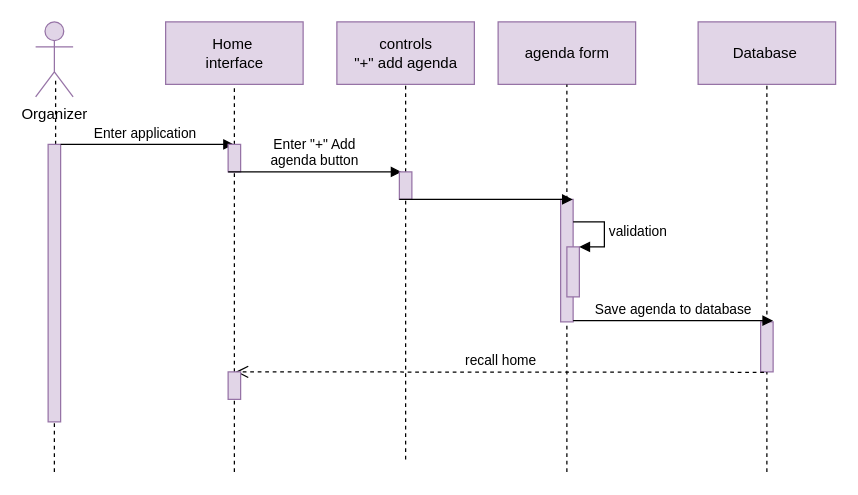
Before: create agenda seq.drawio in it-sCats/Fluke, a draw.io diagram. Source tidied: cells renumbered, new cells numbered last; positions are measured from the earlier drawing's top-left corner, leaving out a move shared by most shapes. Both pictures are drawn from the tidied source at 125%, with x=0, y=0 at pixel (35, 21).
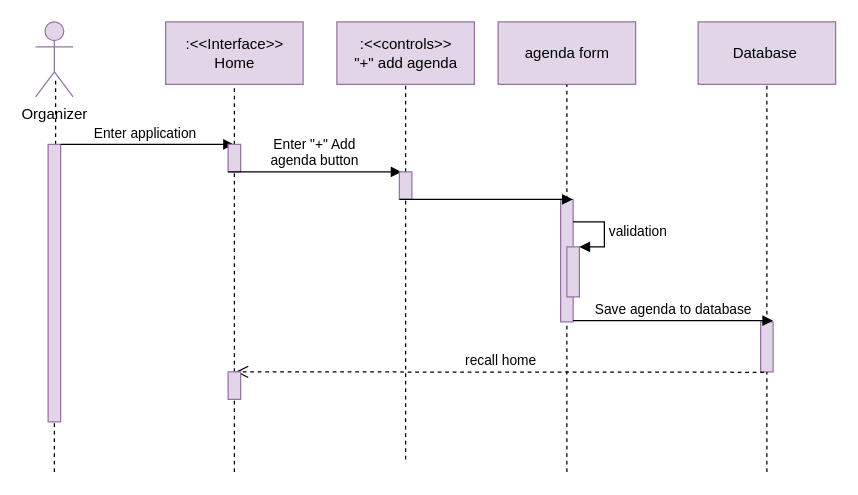
The same diagram, later.

Change to the diagram source:
```diff
@@
-    <mxCell id="3" value="Home&amp;nbsp;&lt;br&gt;interface" style="html=1;fillColor=#e1d5e7;strokeColor=#9673a6;" parent="1" vertex="1">
+    <mxCell id="3" value=":&amp;lt;&amp;lt;Interface&amp;gt;&amp;gt;&lt;br&gt;Home" style="html=1;fillColor=#e1d5e7;strokeColor=#9673a6;" parent="1" vertex="1">
       <mxGeometry x="104" width="110" height="50" as="geometry" />
     </mxCell>
-    <mxCell id="4" value="controls&lt;br&gt;&quot;+&quot; add agenda" style="html=1;fillColor=#e1d5e7;strokeColor=#9673a6;" parent="1" vertex="1">
+    <mxCell id="4" value=":&amp;lt;&amp;lt;controls&amp;gt;&amp;gt;&lt;br&gt;&quot;+&quot; add agenda" style="html=1;fillColor=#e1d5e7;strokeColor=#9673a6;" parent="1" vertex="1">
       <mxGeometry x="241" width="110" height="50" as="geometry" />
     </mxCell>
```
